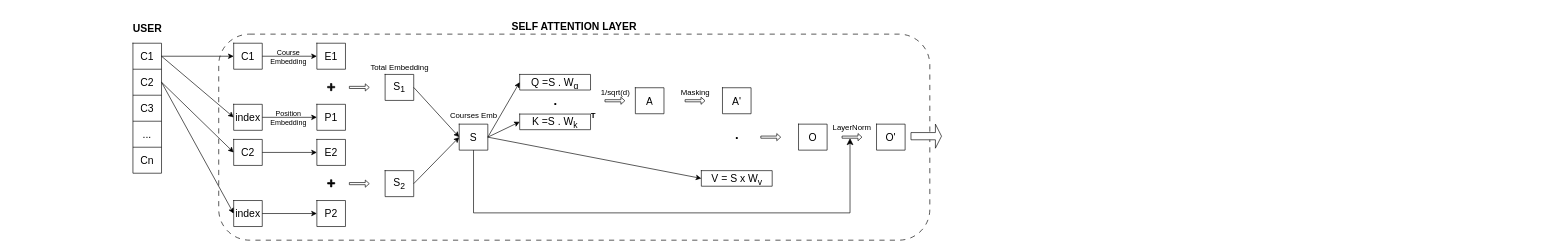
Before: stream_process/SASRec.drawio in ippapi/BIG_MOOC, a draw.io diagram. Source tidied: cells renumbered, new cells numbered last; positions are measured from the earlier drawing's top-left corner, leaving out a move shared by most shapes. Both pictures are drawn from the tidied source at 65%, with x=0, y=0 at pixel (127, 18).
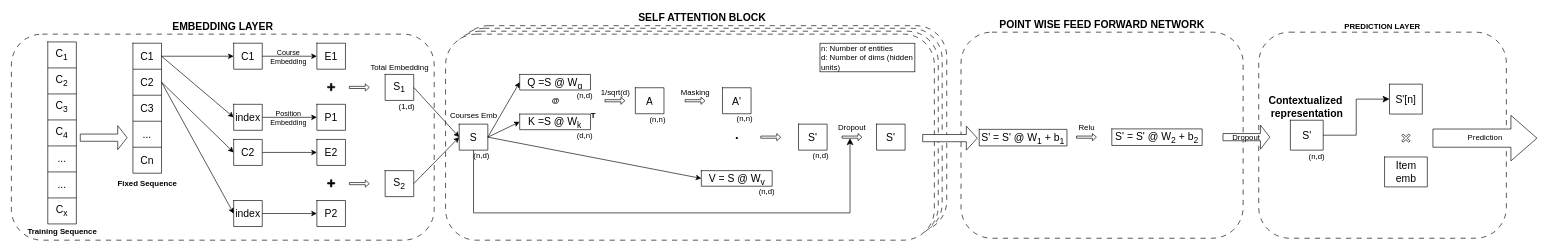
Above is the later version.

The change refers to these unchanged cells:
```xml
<mxCell id="3" style="group;" parent="1" vertex="1">
  <mxGeometry width="62" height="239" as="geometry" />
</mxCell>
<mxCell id="40" style="shape=tableRow;horizontal=0;startSize=0;swimlaneHead=0;swimlaneBody=0;strokeColor=inherit;top=0;left=0;bottom=0;right=0;fillColor=none;points=[[0,0.5],[1,0.5]];portConstraint=eastwest;fontSize=16;" parent="39" vertex="1">
  <mxGeometry width="109" height="24" as="geometry" />
</mxCell>
<mxCell id="43" style="shape=tableRow;horizontal=0;startSize=0;swimlaneHead=0;swimlaneBody=0;strokeColor=inherit;top=0;left=0;bottom=0;right=0;fillColor=none;points=[[0,0.5],[1,0.5]];portConstraint=eastwest;fontSize=16;" parent="42" vertex="1">
  <mxGeometry width="109" height="24" as="geometry" />
</mxCell>
<mxCell id="46" style="shape=tableRow;horizontal=0;startSize=0;swimlaneHead=0;swimlaneBody=0;strokeColor=inherit;top=0;left=0;bottom=0;right=0;fillColor=none;points=[[0,0.5],[1,0.5]];portConstraint=eastwest;fontSize=16;" parent="45" vertex="1">
  <mxGeometry width="109" height="24" as="geometry" />
</mxCell>
<mxCell id="94" style="shape=tableRow;horizontal=0;startSize=0;swimlaneHead=0;swimlaneBody=0;strokeColor=inherit;top=0;left=0;bottom=0;right=0;fillColor=none;fontSize=16;" parent="93" vertex="1">
  <mxGeometry width="44" height="40" as="geometry" />
</mxCell>
<mxCell id="97" style="shape=tableRow;horizontal=0;startSize=0;swimlaneHead=0;swimlaneBody=0;strokeColor=inherit;top=0;left=0;bottom=0;right=0;fillColor=none;fontSize=16;" parent="96" vertex="1">
  <mxGeometry width="44" height="40" as="geometry" />
</mxCell>
```

The edit, as a diff of the source:
```diff
@@
+    <mxCell id="102" value="&lt;b&gt;PREDICTION LAYER&lt;/b&gt;" style="rounded=1;whiteSpace=wrap;html=1;dashed=1;dashPattern=8 8;labelPosition=center;verticalLabelPosition=top;align=center;verticalAlign=bottom;" parent="1" vertex="1">
+      <mxGeometry x="1741" y="22" width="381" height="317" as="geometry" />
+    </mxCell>
+    <mxCell id="103" value="&lt;b&gt;&lt;font style=&quot;font-size: 16px;&quot;&gt;SELF ATTENTION BLOCK&lt;/font&gt;&lt;/b&gt;" style="rounded=1;whiteSpace=wrap;html=1;dashed=1;dashPattern=8 8;labelPosition=center;verticalLabelPosition=top;align=center;verticalAlign=bottom;" parent="1" vertex="1">
+      <mxGeometry x="509" y="12" width="752" height="317" as="geometry" />
+    </mxCell>
+    <mxCell id="104" style="rounded=1;whiteSpace=wrap;html=1;dashed=1;dashPattern=8 8;labelPosition=center;verticalLabelPosition=top;align=center;verticalAlign=bottom;" parent="1" vertex="1">
+      <mxGeometry x="502" y="16" width="752" height="317" as="geometry" />
+    </mxCell>
+    <mxCell id="105" style="rounded=1;whiteSpace=wrap;html=1;dashed=1;dashPattern=8 8;labelPosition=center;verticalLabelPosition=top;align=center;verticalAlign=bottom;" parent="1" vertex="1">
+      <mxGeometry x="496" y="20.5" width="752" height="317" as="geometry" />
+    </mxCell>
+    <mxCell id="106" value="&lt;b&gt;&lt;font style=&quot;font-size: 16px;&quot;&gt;EMBEDDING LAYER&lt;/font&gt;&lt;/b&gt;" style="rounded=1;whiteSpace=wrap;html=1;dashed=1;dashPattern=8 8;labelPosition=center;verticalLabelPosition=top;align=center;verticalAlign=bottom;" parent="1" vertex="1">
+      <mxGeometry x="-178" y="25" width="650.5" height="317" as="geometry" />
+    </mxCell>
-    <mxCell id="2" value="&lt;b&gt;&lt;font style=&quot;font-size: 16px;&quot;&gt;SELF ATTENTION LAYER&lt;/font&gt;&lt;/b&gt;" style="rounded=1;whiteSpace=wrap;html=1;dashed=1;dashPattern=8 8;labelPosition=center;verticalLabelPosition=top;align=center;verticalAlign=bottom;" parent="1" vertex="1">
-      <mxGeometry x="141" y="25" width="1094" height="317" as="geometry" />
+    <mxCell id="2" style="rounded=1;whiteSpace=wrap;html=1;dashed=1;dashPattern=8 8;labelPosition=center;verticalLabelPosition=top;align=center;verticalAlign=bottom;" parent="1" vertex="1">
+      <mxGeometry x="490" y="25" width="752" height="317" as="geometry" />
     </mxCell>
@@
-    <mxCell id="15" value="&lt;font style=&quot;font-size: 16px;&quot;&gt;&lt;b&gt;USER&lt;/b&gt;&lt;/font&gt;" style="text;html=1;align=center;verticalAlign=middle;strokeColor=none;fillColor=none;" parent="3" vertex="1">
-      <mxGeometry width="62" height="31" as="geometry" />
-    </mxCell>
@@
-    <mxCell id="41" value="Q =S . W&lt;sub&gt;q&lt;/sub&gt;" style="shape=partialRectangle;html=1;whiteSpace=wrap;strokeColor=inherit;overflow=hidden;fillColor=none;top=0;left=0;bottom=0;right=0;fontSize=16;" parent="40" vertex="1">
+    <mxCell id="41" value="Q =S @ W&lt;sub&gt;q&lt;/sub&gt;" style="shape=partialRectangle;html=1;whiteSpace=wrap;strokeColor=inherit;overflow=hidden;fillColor=none;top=0;left=0;bottom=0;right=0;fontSize=16;" parent="40" vertex="1">
       <mxGeometry width="109" height="24" as="geometry" />
     </mxCell>
@@
-    <mxCell id="44" value="K =S . W&lt;sub&gt;k&lt;/sub&gt;" style="shape=partialRectangle;html=1;whiteSpace=wrap;strokeColor=inherit;overflow=hidden;fillColor=none;top=0;left=0;bottom=0;right=0;fontSize=16;" parent="43" vertex="1">
+    <mxCell id="44" value="K =S @ W&lt;sub&gt;k&lt;/sub&gt;" style="shape=partialRectangle;html=1;whiteSpace=wrap;strokeColor=inherit;overflow=hidden;fillColor=none;top=0;left=0;bottom=0;right=0;fontSize=16;" parent="43" vertex="1">
       <mxGeometry width="109" height="24" as="geometry" />
     </mxCell>
@@
-    <mxCell id="47" value="V = S x W&lt;sub&gt;v&lt;/sub&gt;" style="shape=partialRectangle;html=1;whiteSpace=wrap;strokeColor=inherit;overflow=hidden;fillColor=none;top=0;left=0;bottom=0;right=0;fontSize=16;" parent="46" vertex="1">
+    <mxCell id="47" value="V = S @ W&lt;sub&gt;v&lt;/sub&gt;" style="shape=partialRectangle;html=1;whiteSpace=wrap;strokeColor=inherit;overflow=hidden;fillColor=none;top=0;left=0;bottom=0;right=0;fontSize=16;" parent="46" vertex="1">
       <mxGeometry width="109" height="24" as="geometry" />
     </mxCell>
@@
-    <mxCell id="53" value="&lt;font style=&quot;font-size: 20px;&quot;&gt;&lt;b&gt;.&lt;/b&gt;&lt;/font&gt;" style="text;html=1;align=center;verticalAlign=middle;strokeColor=none;fillColor=none;" parent="1" vertex="1">
-      <mxGeometry x="646.5" y="108" width="24" height="36" as="geometry" />
+    <mxCell id="53" value="&lt;b&gt;@&lt;/b&gt;" style="text;html=1;align=center;verticalAlign=middle;strokeColor=none;fillColor=none;" parent="1" vertex="1">
+      <mxGeometry x="643.5" y="114.5" width="30" height="26" as="geometry" />
     </mxCell>
@@
-    <mxCell id="95" value="O" style="shape=partialRectangle;html=1;whiteSpace=wrap;strokeColor=inherit;overflow=hidden;fillColor=none;top=0;left=0;bottom=0;right=0;fontSize=16;" parent="94" vertex="1">
+    <mxCell id="95" value="S'" style="shape=partialRectangle;html=1;whiteSpace=wrap;strokeColor=inherit;overflow=hidden;fillColor=none;top=0;left=0;bottom=0;right=0;fontSize=16;" parent="94" vertex="1">
       <mxGeometry width="44" height="40" as="geometry" />
     </mxCell>
@@
-    <mxCell id="98" value="O'" style="shape=partialRectangle;html=1;whiteSpace=wrap;strokeColor=inherit;overflow=hidden;fillColor=none;top=0;left=0;bottom=0;right=0;fontSize=16;" parent="97" vertex="1">
+    <mxCell id="98" value="S'" style="shape=partialRectangle;html=1;whiteSpace=wrap;strokeColor=inherit;overflow=hidden;fillColor=none;top=0;left=0;bottom=0;right=0;fontSize=16;" parent="97" vertex="1">
       <mxGeometry width="44" height="40" as="geometry" />
     </mxCell>
-    <mxCell id="99" value="LayerNorm" style="shape=singleArrow;whiteSpace=wrap;html=1;labelPosition=center;verticalLabelPosition=top;align=center;verticalAlign=bottom;" parent="1" vertex="1">
+    <mxCell id="99" value="Dropout" style="shape=singleArrow;whiteSpace=wrap;html=1;labelPosition=center;verticalLabelPosition=top;align=center;verticalAlign=bottom;" parent="1" vertex="1">
       <mxGeometry x="1100" y="178" width="30.6" height="11" as="geometry" />
     </mxCell>
@@
+    <mxCell id="107" value="&lt;font style=&quot;font-size: 16px;&quot;&gt;&lt;b&gt;POINT WISE FEED FORWARD NETWORK&lt;/b&gt;&lt;/font&gt;" style="rounded=1;whiteSpace=wrap;html=1;dashed=1;dashPattern=8 8;labelPosition=center;verticalLabelPosition=top;align=center;verticalAlign=bottom;" parent="1" vertex="1">
+      <mxGeometry x="1283" y="22" width="434" height="317" as="geometry" />
+    </mxCell>
     <mxCell id="101" style="shape=singleArrow;whiteSpace=wrap;html=1;labelPosition=center;verticalLabelPosition=top;align=center;verticalAlign=bottom;" parent="1" vertex="1">
-      <mxGeometry x="1206" y="163.5" width="47" height="37" as="geometry" />
+      <mxGeometry x="1224" y="166.5" width="84" height="37" as="geometry" />
     </mxCell>
+    <mxCell id="108" style="shape=table;startSize=0;childLayout=tableLayout;fontSize=16;" parent="1" vertex="1">
+      <mxGeometry x="1311" y="171.5" width="135" height="25.5" as="geometry" />
+    </mxCell>
+    <mxCell id="109" style="shape=tableRow;horizontal=0;startSize=0;swimlaneHead=0;swimlaneBody=0;strokeColor=inherit;top=0;left=0;bottom=0;right=0;fillColor=none;fontSize=16;" parent="108" vertex="1">
+      <mxGeometry width="135" height="26" as="geometry" />
+    </mxCell>
+    <mxCell id="110" value="S' = S' @ W&lt;sub&gt;1&lt;/sub&gt; + b&lt;sub&gt;1&lt;/sub&gt;" style="shape=partialRectangle;html=1;whiteSpace=wrap;strokeColor=inherit;overflow=hidden;fillColor=none;top=0;left=0;bottom=0;right=0;fontSize=16;" parent="109" vertex="1">
+      <mxGeometry width="135" height="26" as="geometry" />
+    </mxCell>
+    <mxCell id="111" style="shape=table;startSize=0;childLayout=tableLayout;fontSize=16;" parent="1" vertex="1">
+      <mxGeometry x="1515" y="170.8" width="139" height="25.5" as="geometry" />
+    </mxCell>
+    <mxCell id="112" style="shape=tableRow;horizontal=0;startSize=0;swimlaneHead=0;swimlaneBody=0;strokeColor=inherit;top=0;left=0;bottom=0;right=0;fillColor=none;fontSize=16;" parent="111" vertex="1">
+      <mxGeometry width="139" height="26" as="geometry" />
+    </mxCell>
+    <mxCell id="113" value="S' = S' @ W&lt;sub&gt;2&lt;/sub&gt; + b&lt;sub&gt;2&lt;/sub&gt;" style="shape=partialRectangle;html=1;whiteSpace=wrap;strokeColor=inherit;overflow=hidden;fillColor=none;top=0;left=0;bottom=0;right=0;fontSize=16;" parent="112" vertex="1">
+      <mxGeometry width="139" height="26" as="geometry" />
+    </mxCell>
+    <mxCell id="114" value="Relu" style="shape=singleArrow;whiteSpace=wrap;html=1;labelPosition=center;verticalLabelPosition=top;align=center;verticalAlign=bottom;" parent="1" vertex="1">
+      <mxGeometry x="1460.7" y="178" width="30.6" height="11" as="geometry" />
+    </mxCell>
+    <mxCell id="115" value="&lt;div align=&quot;left&quot;&gt;n: Number of entities&lt;/div&gt;&lt;div align=&quot;left&quot;&gt;d: Number of dims (hidden units)&lt;/div&gt;" style="rounded=0;whiteSpace=wrap;html=1;align=left;" parent="1" vertex="1">
+      <mxGeometry x="1066" y="39" width="146" height="44" as="geometry" />
+    </mxCell>
+    <mxCell id="116" value="(n,d)" style="text;html=1;align=center;verticalAlign=middle;strokeColor=none;fillColor=none;" parent="1" vertex="1">
+      <mxGeometry x="523" y="199" width="43" height="26" as="geometry" />
+    </mxCell>
+    <mxCell id="117" value="(1,d)" style="text;html=1;align=center;verticalAlign=middle;strokeColor=none;fillColor=none;" parent="1" vertex="1">
+      <mxGeometry x="408" y="124" width="43" height="26" as="geometry" />
+    </mxCell>
+    <mxCell id="118" value="(n,d)" style="text;html=1;align=center;verticalAlign=middle;strokeColor=none;fillColor=none;" parent="1" vertex="1">
+      <mxGeometry x="682" y="107" width="43" height="26" as="geometry" />
+    </mxCell>
+    <mxCell id="119" value="(d,n)" style="text;html=1;align=center;verticalAlign=middle;strokeColor=none;fillColor=none;" parent="1" vertex="1">
+      <mxGeometry x="682" y="167.5" width="43" height="26" as="geometry" />
+    </mxCell>
+    <mxCell id="120" value="(n,n)" style="text;html=1;align=center;verticalAlign=middle;strokeColor=none;fillColor=none;" parent="1" vertex="1">
+      <mxGeometry x="794" y="144" width="43" height="26" as="geometry" />
+    </mxCell>
+    <mxCell id="121" value="(n,n)" style="text;html=1;align=center;verticalAlign=middle;strokeColor=none;fillColor=none;" parent="1" vertex="1">
+      <mxGeometry x="928" y="141.5" width="43" height="26" as="geometry" />
+    </mxCell>
+    <mxCell id="122" value="(n,d)" style="text;html=1;align=center;verticalAlign=middle;strokeColor=none;fillColor=none;" parent="1" vertex="1">
+      <mxGeometry x="962.6" y="255" width="43" height="26" as="geometry" />
+    </mxCell>
+    <mxCell id="123" value="(n,d)" style="text;html=1;align=center;verticalAlign=middle;strokeColor=none;fillColor=none;" parent="1" vertex="1">
+      <mxGeometry x="1045" y="199" width="43" height="26" as="geometry" />
+    </mxCell>
+    <mxCell id="15" value="&lt;b&gt;Training Sequence&lt;/b&gt;" style="text;html=1;align=center;verticalAlign=middle;strokeColor=none;fillColor=none;" parent="1" vertex="1">
+      <mxGeometry x="-162.5" y="316" width="125" height="26" as="geometry" />
+    </mxCell>
+    <mxCell id="124" style="shape=table;startSize=0;childLayout=tableLayout;fontSize=16;" parent="1" vertex="1">
+      <mxGeometry x="-122" y="37" width="44" height="280" as="geometry" />
+    </mxCell>
+    <mxCell id="125" style="shape=tableRow;horizontal=0;startSize=0;swimlaneHead=0;swimlaneBody=0;strokeColor=inherit;top=0;left=0;bottom=0;right=0;fillColor=none;fontSize=16;" parent="124" vertex="1">
+      <mxGeometry width="44" height="40" as="geometry" />
+    </mxCell>
+    <mxCell id="126" value="C&lt;sub&gt;1&lt;/sub&gt;" style="shape=partialRectangle;html=1;whiteSpace=wrap;strokeColor=inherit;overflow=hidden;fillColor=none;top=0;left=0;bottom=0;right=0;fontSize=16;" parent="125" vertex="1">
+      <mxGeometry width="44" height="40" as="geometry" />
+    </mxCell>
+    <mxCell id="127" style="shape=tableRow;horizontal=0;startSize=0;swimlaneHead=0;swimlaneBody=0;strokeColor=inherit;top=0;left=0;bottom=0;right=0;fillColor=none;fontSize=16;" parent="124" vertex="1">
+      <mxGeometry y="40" width="44" height="40" as="geometry" />
+    </mxCell>
+    <mxCell id="128" value="C&lt;sub&gt;2&lt;/sub&gt;" style="shape=partialRectangle;html=1;whiteSpace=wrap;strokeColor=inherit;overflow=hidden;fillColor=none;top=0;left=0;bottom=0;right=0;fontSize=16;" parent="127" vertex="1">
+      <mxGeometry width="44" height="40" as="geometry" />
+    </mxCell>
+    <mxCell id="129" style="shape=tableRow;horizontal=0;startSize=0;swimlaneHead=0;swimlaneBody=0;strokeColor=inherit;top=0;left=0;bottom=0;right=0;fillColor=none;fontSize=16;" parent="124" vertex="1">
+      <mxGeometry y="80" width="44" height="40" as="geometry" />
+    </mxCell>
+    <mxCell id="130" value="C&lt;sub&gt;3&lt;/sub&gt;" style="shape=partialRectangle;html=1;whiteSpace=wrap;strokeColor=inherit;overflow=hidden;fillColor=none;top=0;left=0;bottom=0;right=0;fontSize=16;" parent="129" vertex="1">
+      <mxGeometry width="44" height="40" as="geometry" />
+    </mxCell>
+    <mxCell id="131" style="shape=tableRow;horizontal=0;startSize=0;swimlaneHead=0;swimlaneBody=0;strokeColor=inherit;top=0;left=0;bottom=0;right=0;fillColor=none;fontSize=16;" parent="124" vertex="1">
+      <mxGeometry y="120" width="44" height="40" as="geometry" />
+    </mxCell>
+    <mxCell id="132" value="C&lt;sub&gt;4&lt;/sub&gt;" style="shape=partialRectangle;html=1;whiteSpace=wrap;strokeColor=inherit;overflow=hidden;fillColor=none;top=0;left=0;bottom=0;right=0;fontSize=16;" parent="131" vertex="1">
+      <mxGeometry width="44" height="40" as="geometry" />
+    </mxCell>
+    <mxCell id="133" style="shape=tableRow;horizontal=0;startSize=0;swimlaneHead=0;swimlaneBody=0;strokeColor=inherit;top=0;left=0;bottom=0;right=0;fillColor=none;fontSize=16;" parent="124" vertex="1">
+      <mxGeometry y="160" width="44" height="40" as="geometry" />
+    </mxCell>
+    <mxCell id="134" value="..." style="shape=partialRectangle;html=1;whiteSpace=wrap;strokeColor=inherit;overflow=hidden;fillColor=none;top=0;left=0;bottom=0;right=0;fontSize=16;" parent="133" vertex="1">
+      <mxGeometry width="44" height="40" as="geometry" />
+    </mxCell>
+    <mxCell id="135" style="shape=tableRow;horizontal=0;startSize=0;swimlaneHead=0;swimlaneBody=0;strokeColor=inherit;top=0;left=0;bottom=0;right=0;fillColor=none;fontSize=16;" parent="124" vertex="1">
+      <mxGeometry y="200" width="44" height="40" as="geometry" />
+    </mxCell>
+    <mxCell id="136" value="..." style="shape=partialRectangle;html=1;whiteSpace=wrap;strokeColor=inherit;overflow=hidden;fillColor=none;top=0;left=0;bottom=0;right=0;fontSize=16;" parent="135" vertex="1">
+      <mxGeometry width="44" height="40" as="geometry" />
+    </mxCell>
+    <mxCell id="137" style="shape=tableRow;horizontal=0;startSize=0;swimlaneHead=0;swimlaneBody=0;strokeColor=inherit;top=0;left=0;bottom=0;right=0;fillColor=none;fontSize=16;" parent="124" vertex="1">
+      <mxGeometry y="240" width="44" height="40" as="geometry" />
+    </mxCell>
+    <mxCell id="138" value="C&lt;sub&gt;x&lt;/sub&gt;" style="shape=partialRectangle;html=1;whiteSpace=wrap;strokeColor=inherit;overflow=hidden;fillColor=none;top=0;left=0;bottom=0;right=0;fontSize=16;" parent="137" vertex="1">
+      <mxGeometry width="44" height="40" as="geometry" />
+    </mxCell>
+    <mxCell id="139" value="&lt;b&gt;Fixed Sequence&lt;/b&gt;" style="text;html=1;align=center;verticalAlign=middle;strokeColor=none;fillColor=none;" parent="1" vertex="1">
+      <mxGeometry x="-23.5" y="242" width="109" height="26" as="geometry" />
+    </mxCell>
+    <mxCell id="140" style="shape=singleArrow;whiteSpace=wrap;html=1;labelPosition=center;verticalLabelPosition=top;align=center;verticalAlign=bottom;" parent="1" vertex="1">
+      <mxGeometry x="-72" y="165.8" width="72" height="37" as="geometry" />
+    </mxCell>
+    <mxCell id="141" style="group;" parent="1" vertex="1">
+      <mxGeometry x="1747" y="112" width="136" height="115" as="geometry" />
+    </mxCell>
+    <mxCell id="142" style="shape=table;startSize=0;childLayout=tableLayout;fontSize=16;" parent="141" vertex="1">
+      <mxGeometry x="42.7" y="45.5" width="50.5" height="46" as="geometry" />
+    </mxCell>
+    <mxCell id="143" style="shape=tableRow;horizontal=0;startSize=0;swimlaneHead=0;swimlaneBody=0;strokeColor=inherit;top=0;left=0;bottom=0;right=0;fillColor=none;points=[[0,0.5],[1,0.5]];portConstraint=eastwest;fontSize=16;" parent="142" vertex="1">
+      <mxGeometry width="50.5" height="46" as="geometry" />
+    </mxCell>
+    <mxCell id="144" value="S'" style="shape=partialRectangle;html=1;whiteSpace=wrap;strokeColor=inherit;overflow=hidden;fillColor=none;top=0;left=0;bottom=0;right=0;fontSize=16;" parent="143" vertex="1">
+      <mxGeometry width="51" height="46" as="geometry" />
+    </mxCell>
+    <mxCell id="145" value="&lt;div&gt;&lt;font style=&quot;font-size: 16px;&quot;&gt;&lt;b&gt;Contextualized&amp;nbsp;&lt;/b&gt;&lt;/font&gt;&lt;/div&gt;&lt;div&gt;&lt;font style=&quot;font-size: 16px;&quot;&gt;&lt;b&gt;representation&lt;/b&gt;&lt;/font&gt;&lt;/div&gt;" style="text;html=1;align=center;verticalAlign=middle;strokeColor=none;fillColor=none;" parent="141" vertex="1">
+      <mxGeometry width="136" height="50" as="geometry" />
+    </mxCell>
+    <mxCell id="146" value="(n,d)" style="text;html=1;align=center;verticalAlign=middle;strokeColor=none;fillColor=none;" parent="141" vertex="1">
+      <mxGeometry x="61" y="89" width="43" height="26" as="geometry" />
+    </mxCell>
+    <mxCell id="147" value="Dropout" style="shape=singleArrow;whiteSpace=wrap;html=1;labelPosition=center;verticalLabelPosition=middle;align=center;verticalAlign=middle;" parent="1" vertex="1">
+      <mxGeometry x="1686" y="165" width="72" height="37" as="geometry" />
+    </mxCell>
+    <mxCell id="148" style="shape=cross;whiteSpace=wrap;html=1;rotation=45;" parent="1" vertex="1">
+      <mxGeometry x="1960" y="177.5" width="15" height="15" as="geometry" />
+    </mxCell>
+    <mxCell id="149" style="shape=table;startSize=0;childLayout=tableLayout;fontSize=16;" parent="1" vertex="1">
+      <mxGeometry x="1942.2" y="102" width="50.5" height="46" as="geometry" />
+    </mxCell>
+    <mxCell id="150" style="shape=tableRow;horizontal=0;startSize=0;swimlaneHead=0;swimlaneBody=0;strokeColor=inherit;top=0;left=0;bottom=0;right=0;fillColor=none;points=[[0,0.5],[1,0.5]];portConstraint=eastwest;fontSize=16;" parent="149" vertex="1">
+      <mxGeometry width="50.5" height="46" as="geometry" />
+    </mxCell>
+    <mxCell id="151" value="S'[n]" style="shape=partialRectangle;html=1;whiteSpace=wrap;strokeColor=inherit;overflow=hidden;fillColor=none;top=0;left=0;bottom=0;right=0;fontSize=16;" parent="150" vertex="1">
+      <mxGeometry width="51" height="46" as="geometry" />
+    </mxCell>
+    <mxCell id="152" style="shape=table;startSize=0;childLayout=tableLayout;fontSize=16;" parent="1" vertex="1">
+      <mxGeometry x="1934.6" y="214" width="65.8" height="46" as="geometry" />
+    </mxCell>
+    <mxCell id="153" style="shape=tableRow;horizontal=0;startSize=0;swimlaneHead=0;swimlaneBody=0;strokeColor=inherit;top=0;left=0;bottom=0;right=0;fillColor=none;fontSize=16;" parent="152" vertex="1">
+      <mxGeometry width="65.8" height="46" as="geometry" />
+    </mxCell>
+    <mxCell id="154" value="Item emb" style="shape=partialRectangle;html=1;whiteSpace=wrap;strokeColor=inherit;overflow=hidden;fillColor=none;top=0;left=0;bottom=0;right=0;fontSize=16;" parent="153" vertex="1">
+      <mxGeometry width="66" height="46" as="geometry" />
+    </mxCell>
+    <mxCell id="155" style="edgeStyle=elbowEdgeStyle;elbow=horizontal;endArrow=classic;html=1;curved=0;rounded=0;endSize=8;startSize=8;exitX=1;exitY=0.5;exitDx=0;exitDy=0;entryX=0;entryY=0.5;entryDx=0;entryDy=0;" parent="1" edge="1" source="143" target="150">
+      <mxGeometry relative="1" as="geometry" />
+    </mxCell>
+    <mxCell id="156" value="Prediction" style="html=1;shadow=0;dashed=0;align=center;verticalAlign=middle;shape=mxgraph.arrows2.arrow;dy=0.6;dx=40;notch=0;" parent="1" vertex="1">
+      <mxGeometry x="2009" y="150" width="160" height="70" as="geometry" />
+    </mxCell>
```
